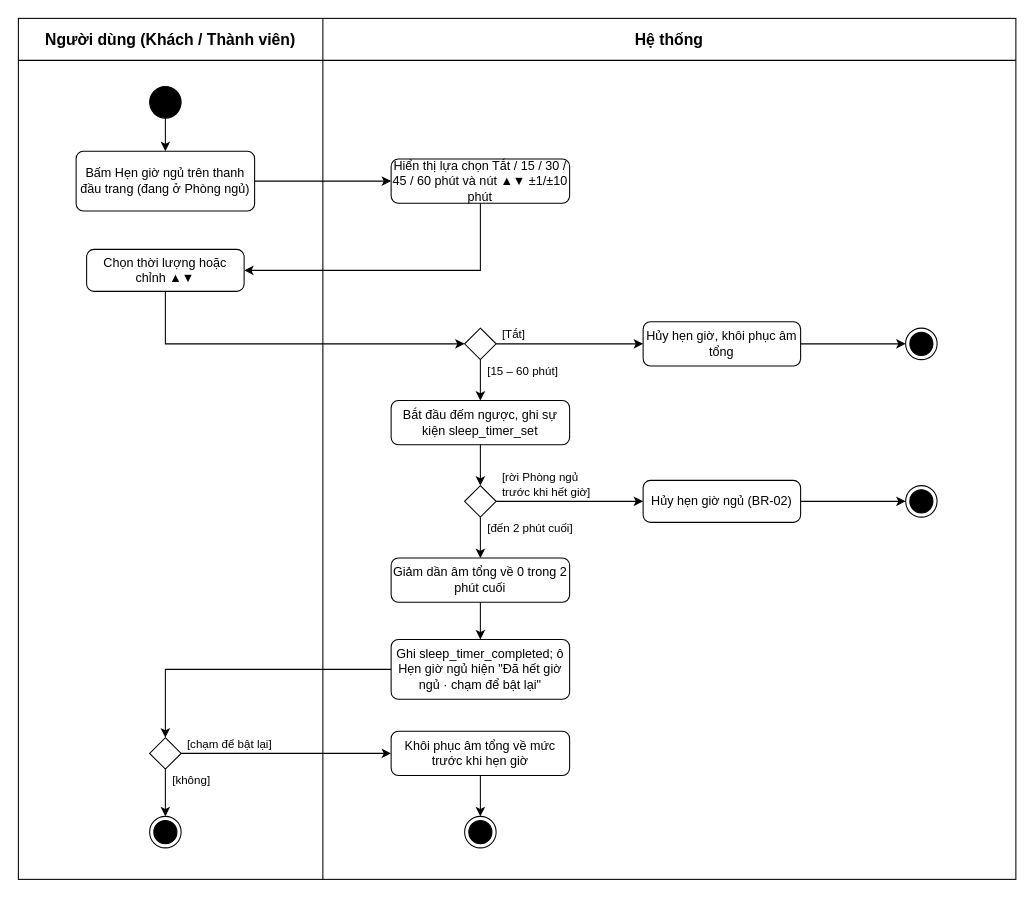
Above: page "A6" (7 of 29) of docs/analysis/FocuSpace_Diagrams.drawio in CaoLePhucThinh2203/FocuSpace (draw.io), before the change. Source tidied: cells renumbered, new cells numbered last; positions are measured from the earlier drawing's top-left corner, leaving out a move shared by most shapes. Both pictures are drawn from the tidied source at 105%, with x=0, y=0 at pixel (18, 18).
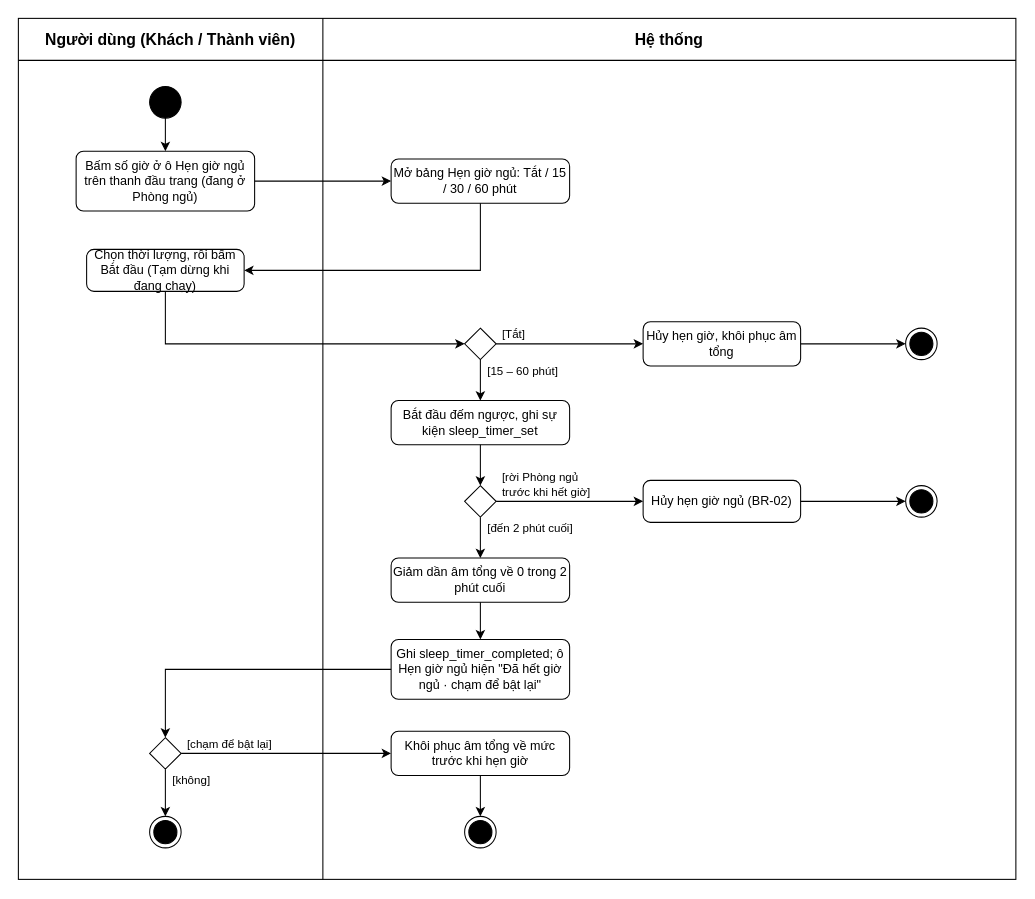
After the change.

The edit, as a diff of the source:
```diff
@@
-    <mxCell id="4" value="Bấm Hẹn giờ ngủ trên thanh đầu trang (đang ở Phòng ngủ)" style="html=1;align=center;verticalAlign=middle;rounded=1;absoluteArcSize=1;arcSize=14;dashed=0;whiteSpace=wrap;fontSize=12;" parent="1" vertex="1">
+    <mxCell id="4" value="Bấm số giờ ở ô Hẹn giờ ngủ trên thanh đầu trang (đang ở Phòng ngủ)" style="html=1;align=center;verticalAlign=middle;rounded=1;absoluteArcSize=1;arcSize=14;dashed=0;whiteSpace=wrap;fontSize=12;" parent="1" vertex="1">
       <mxGeometry x="55" y="126.5" width="170" height="57" as="geometry" />
     </mxCell>
-    <mxCell id="5" value="Hiển thị lựa chọn Tắt / 15 / 30 / 45 / 60 phút và nút ▲▼ ±1/±10 phút" style="html=1;align=center;verticalAlign=middle;rounded=1;absoluteArcSize=1;arcSize=14;dashed=0;whiteSpace=wrap;fontSize=12;" parent="1" vertex="1">
+    <mxCell id="5" value="Mở bảng Hẹn giờ ngủ: Tắt / 15 / 30 / 60 phút" style="html=1;align=center;verticalAlign=middle;rounded=1;absoluteArcSize=1;arcSize=14;dashed=0;whiteSpace=wrap;fontSize=12;" parent="1" vertex="1">
       <mxGeometry x="355" y="134" width="170" height="42" as="geometry" />
     </mxCell>
-    <mxCell id="6" value="Chọn thời lượng hoặc chỉnh ▲▼" style="html=1;align=center;verticalAlign=middle;rounded=1;absoluteArcSize=1;arcSize=14;dashed=0;whiteSpace=wrap;fontSize=12;" parent="1" vertex="1">
+    <mxCell id="6" value="Chọn thời lượng, rồi bấm Bắt đầu (Tạm dừng khi đang chạy)" style="html=1;align=center;verticalAlign=middle;rounded=1;absoluteArcSize=1;arcSize=14;dashed=0;whiteSpace=wrap;fontSize=12;" parent="1" vertex="1">
       <mxGeometry x="65" y="220" width="150" height="40" as="geometry" />
     </mxCell>
```
